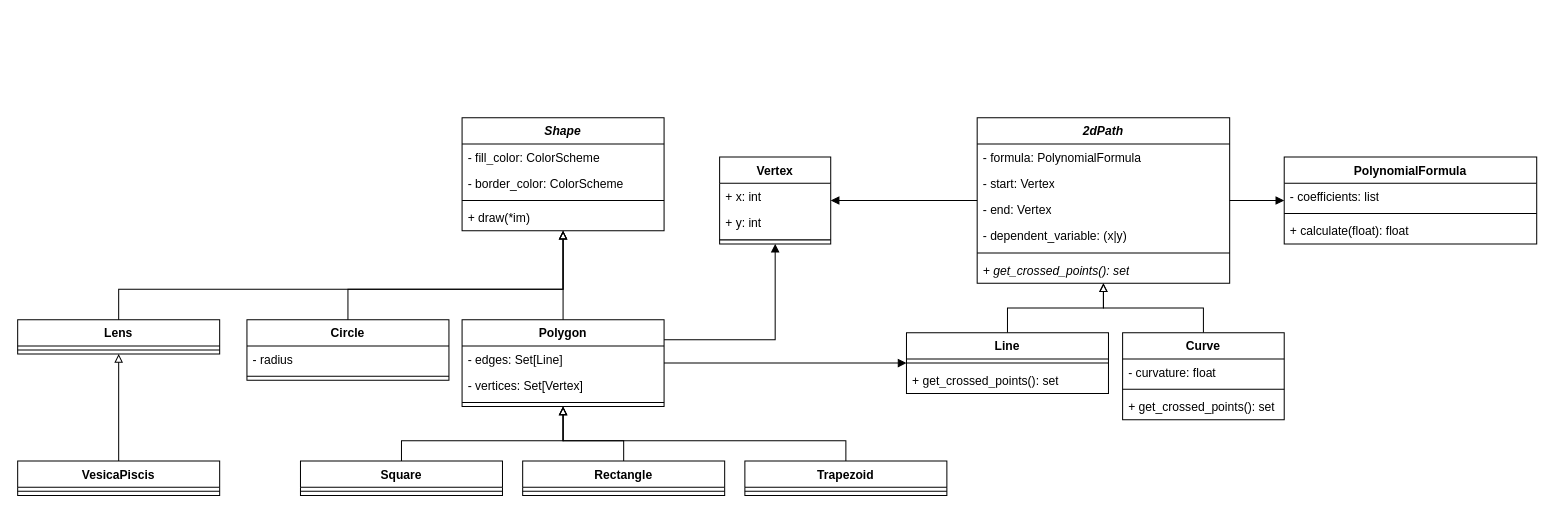
Earlier version of the draw.io diagram PyArt_UML.drawio (ckorzon/PyArtKit). Source tidied: cells renumbered, new cells numbered last; positions are measured from the earlier drawing's top-left corner, leaving out a move shared by most shapes. Both pictures are drawn from the tidied source at 101%, with x=0, y=0 at pixel (17, 117).
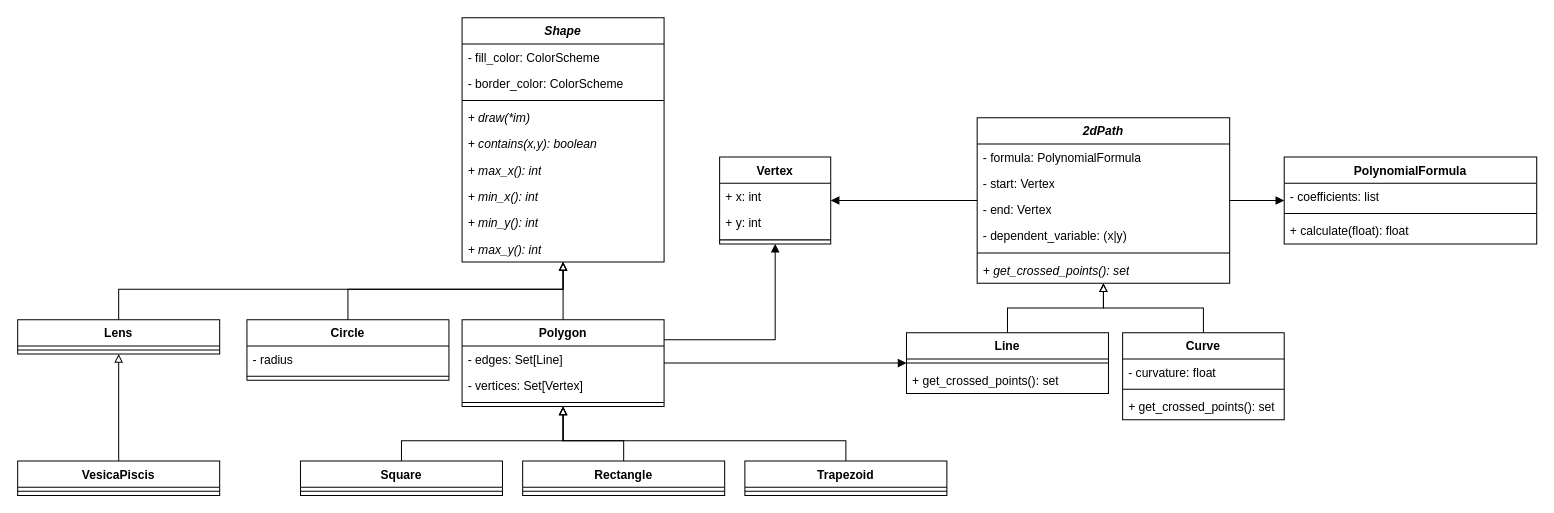
The same page after the edit.

Commit message (it also covers changes not shown here):
feat: Simple implementation of Polygon and Circle shapes with contains_point algorithm

Diff of the diagram source:
```diff
@@
     <mxCell id="35" value="&lt;i&gt;Shape&lt;/i&gt;" style="swimlane;fontStyle=1;align=center;verticalAlign=top;horizontal=1;startSize=26;whiteSpace=wrap;html=1;fontFamily=Helvetica;fontSize=12;fontColor=default;fillColor=none;gradientColor=none;" parent="1" vertex="1">
-      <mxGeometry x="440" width="200" height="112" as="geometry" />
+      <mxGeometry x="440" y="-99" width="200" height="242" as="geometry" />
     </mxCell>
@@
-    <mxCell id="39" value="+ draw(*im)" style="text;strokeColor=none;fillColor=none;align=left;verticalAlign=top;spacingLeft=4;spacingRight=4;overflow=hidden;whiteSpace=wrap;html=1;" parent="35" vertex="1">
+    <mxCell id="39" value="+ draw(*im)" style="text;strokeColor=none;fillColor=none;align=left;verticalAlign=top;spacingLeft=4;spacingRight=4;overflow=hidden;whiteSpace=wrap;html=1;fontStyle=2;" parent="35" vertex="1">
       <mxGeometry y="86" width="200" height="26" as="geometry" />
     </mxCell>
+    <mxCell id="59" value="+ contains(x,y): boolean" style="text;strokeColor=none;fillColor=none;align=left;verticalAlign=top;spacingLeft=4;spacingRight=4;overflow=hidden;whiteSpace=wrap;html=1;fontStyle=2;" parent="35" vertex="1">
+      <mxGeometry y="112" width="200" height="26" as="geometry" />
+    </mxCell>
+    <mxCell id="60" value="+ max_x(): int" style="text;strokeColor=none;fillColor=none;align=left;verticalAlign=top;spacingLeft=4;spacingRight=4;overflow=hidden;whiteSpace=wrap;html=1;fontStyle=2;" parent="35" vertex="1">
+      <mxGeometry y="138" width="200" height="26" as="geometry" />
+    </mxCell>
+    <mxCell id="61" value="+ min_x(): int" style="text;strokeColor=none;fillColor=none;align=left;verticalAlign=top;spacingLeft=4;spacingRight=4;overflow=hidden;whiteSpace=wrap;html=1;fontStyle=2;" parent="35" vertex="1">
+      <mxGeometry y="164" width="200" height="26" as="geometry" />
+    </mxCell>
+    <mxCell id="62" value="+ min_y(): int" style="text;strokeColor=none;fillColor=none;align=left;verticalAlign=top;spacingLeft=4;spacingRight=4;overflow=hidden;whiteSpace=wrap;html=1;fontStyle=2;" parent="35" vertex="1">
+      <mxGeometry y="190" width="200" height="26" as="geometry" />
+    </mxCell>
+    <mxCell id="63" value="+ max_y(): int" style="text;strokeColor=none;fillColor=none;align=left;verticalAlign=top;spacingLeft=4;spacingRight=4;overflow=hidden;whiteSpace=wrap;html=1;fontStyle=2;" parent="35" vertex="1">
+      <mxGeometry y="216" width="200" height="26" as="geometry" />
+    </mxCell>
```
